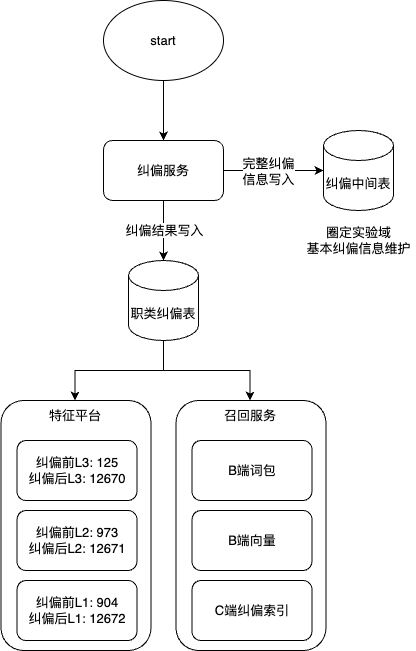
This is work-draw-file/职类纠偏交互流程图.png from liujunao/draw-data, a draw.io export, as it was before one commit. Source tidied: cells renumbered, new cells last; positions are measured from the earlier drawing's top-left corner, leaving out a move shared by most shapes.
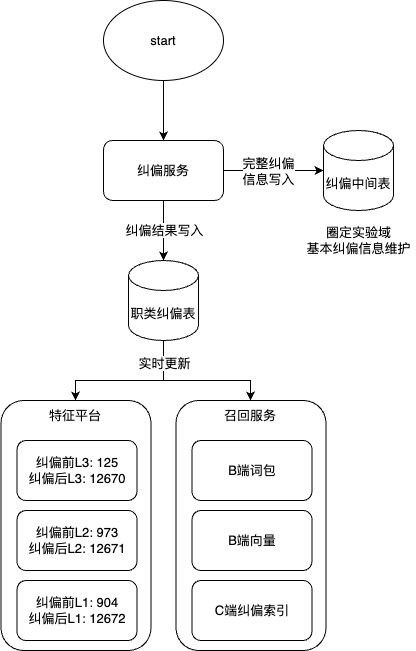
Later version of the same file.

Commit message:
更新职类纠偏交互流程图.png

What changed in the source:
```diff
@@ -12,11 +12,24 @@
       <mxGeometry x="102" width="120" height="80" as="geometry" />
     </mxCell>
     <mxCell id="5" style="edgeStyle=orthogonalEdgeStyle;rounded=0;jettySize=auto;html=1;exitX=0.5;exitY=1;exitDx=0;exitDy=0;exitPerimeter=0;" parent="1" edge="1" source="7" target="23">
-      <mxGeometry relative="1" as="geometry" />
+      <mxGeometry relative="1" as="geometry">
+        <Array as="points">
+          <mxPoint x="162" y="380" />
+          <mxPoint x="74" y="380" />
+        </Array>
+      </mxGeometry>
     </mxCell>
     <mxCell id="6" style="edgeStyle=orthogonalEdgeStyle;rounded=0;jettySize=auto;html=1;exitX=0.5;exitY=1;exitDx=0;exitDy=0;exitPerimeter=0;" parent="1" edge="1" source="7" target="18">
-      <mxGeometry relative="1" as="geometry" />
+      <mxGeometry relative="1" as="geometry">
+        <Array as="points">
+          <mxPoint x="162" y="380" />
+          <mxPoint x="249" y="380" />
+        </Array>
+      </mxGeometry>
     </mxCell>
+    <mxCell id="24" value="实时更新" style="edgeLabel;html=1;align=center;verticalAlign=middle;" parent="6" vertex="1">
+      <mxGeometry x="-0.7" relative="1" as="geometry" />
+    </mxCell>
     <mxCell id="7" value="职类纠偏表" style="shape=cylinder3;whiteSpace=wrap;html=1;boundedLbl=1;backgroundOutline=1;size=15;" parent="1" vertex="1">
       <mxGeometry x="127" y="260" width="70" height="80" as="geometry" />
     </mxCell>
```
